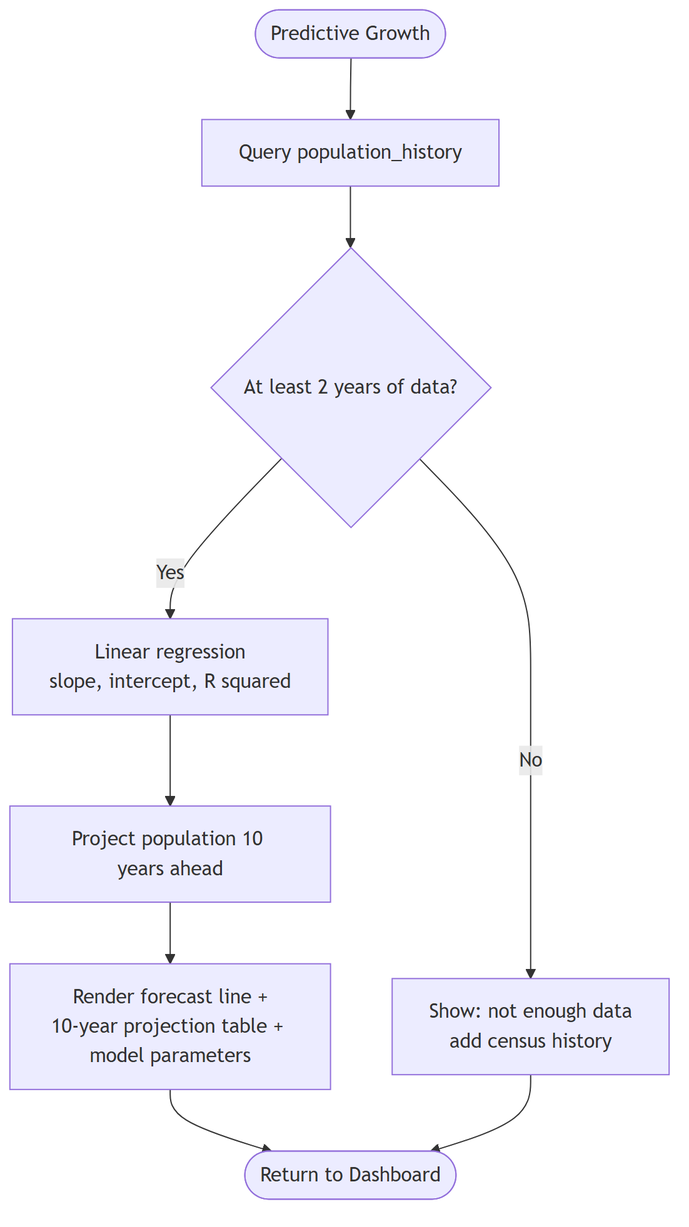
The Mermaid diagram diagrams/modules/predictive_growth.png in KellyEspera/protect, before a commit. Its source is kept beside it as diagrams/modules/predictive_growth.mmd. The source it was exported from:
```mermaid
flowchart TD
    PG([Predictive Growth]) --> Query[Query population_history]
    Query --> Check{At least 2 years of data?}
    Check -- No --> Empty[Show: not enough data<br/>add census history]
    Check -- Yes --> Reg[Linear regression<br/>slope, intercept, R squared]
    Reg --> Proj[Project population 10 years ahead]
    Proj --> Render[Render forecast line +<br/>10-year projection table + model parameters]
    Render --> Done([Return to Dashboard])
    Empty --> Done
```
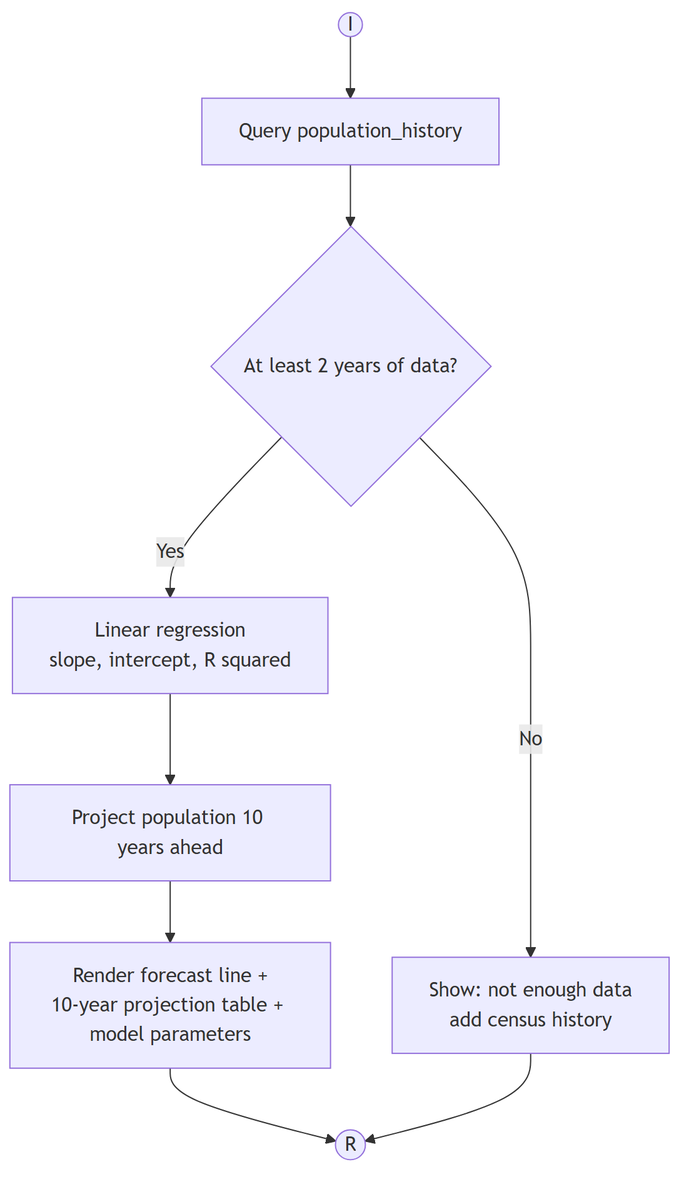
Above is the later version.

The edit, as a diff of the source:
```diff
@@ -1,9 +1,9 @@
 flowchart TD
-    PG([Predictive Growth]) --> Query[Query population_history]
+    I((I)) --> Query[Query population_history]
     Query --> Check{At least 2 years of data?}
     Check -- No --> Empty[Show: not enough data<br/>add census history]
     Check -- Yes --> Reg[Linear regression<br/>slope, intercept, R squared]
     Reg --> Proj[Project population 10 years ahead]
     Proj --> Render[Render forecast line +<br/>10-year projection table + model parameters]
-    Render --> Done([Return to Dashboard])
-    Empty --> Done
+    Render --> R((R))
+    Empty --> R
```
